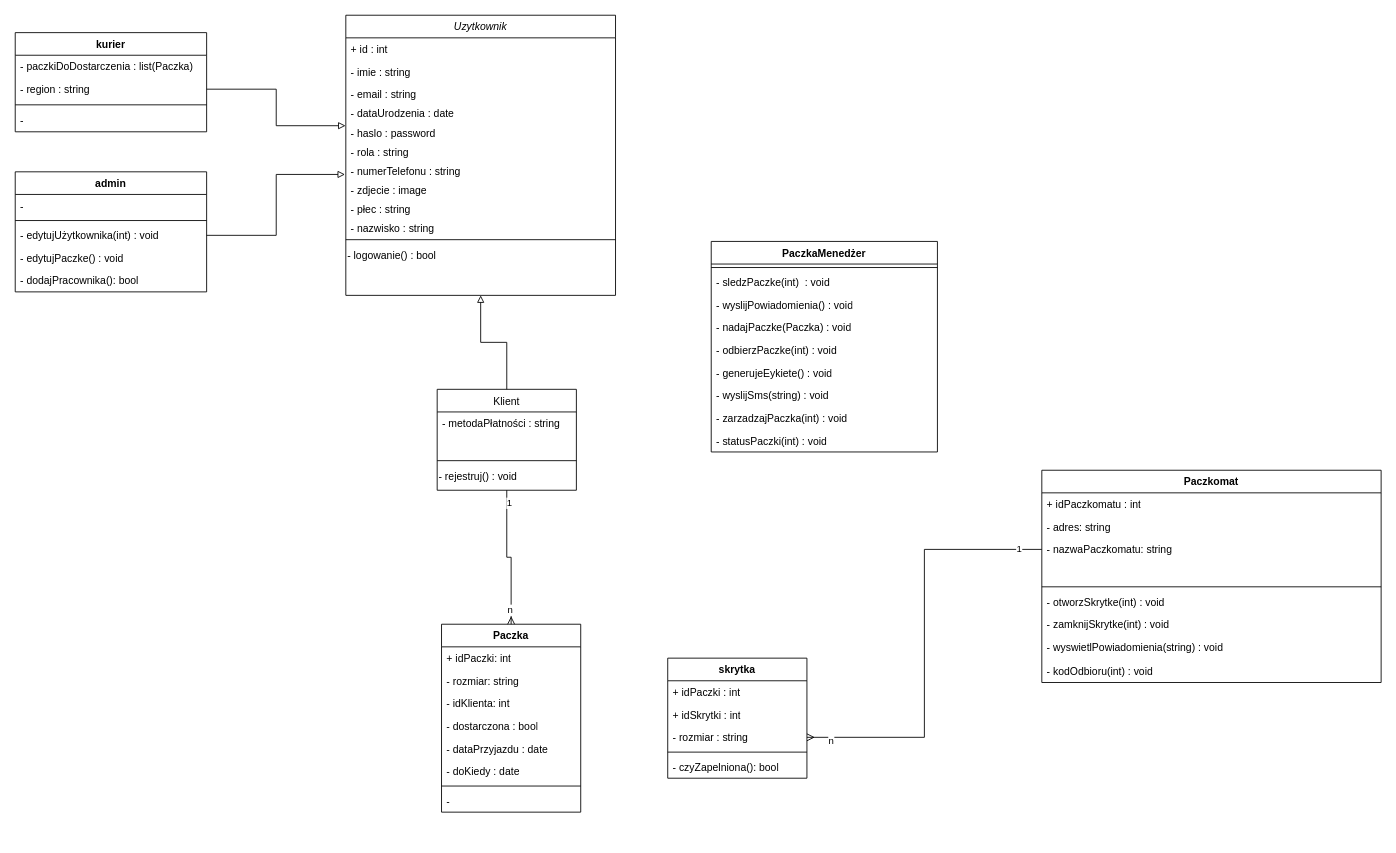
Before: docs/klasy.drawio in xT3sl4/ViRoTePi, a draw.io diagram. Source tidied: cells renumbered, new cells numbered last; positions are measured from the earlier drawing's top-left corner, leaving out a move shared by most shapes. Both pictures are drawn from the tidied source at 87%, with x=0, y=0 at pixel (15, 15).
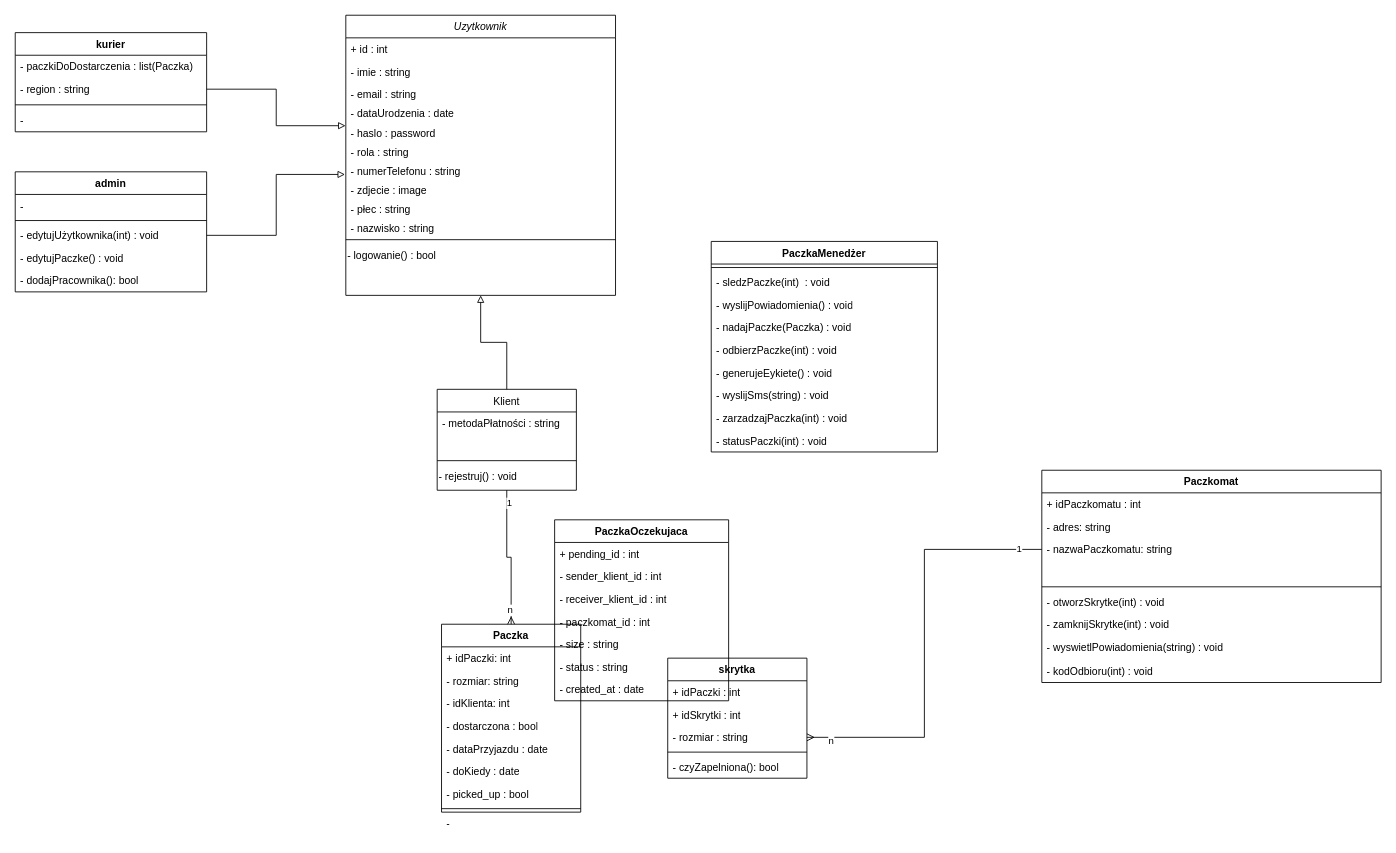
Above is the later version.

Unchanged cells that the change refers to:
```xml
<mxCell id="21" value="Paczka" style="swimlane;fontStyle=1;align=center;verticalAlign=top;horizontal=1;startSize=26;whiteSpace=wrap;html=1;" parent="1" vertex="1">
  <mxGeometry x="490" y="700" width="160" height="216" as="geometry" />
</mxCell>
```

What changed in the source:
```diff
@@
+    <mxCell id="76" value="- picked_up : bool" style="text;strokeColor=none;fillColor=none;align=left;verticalAlign=top;spacingLeft=4;spacingRight=4;overflow=hidden;whiteSpace=wrap;html=1;" parent="21" vertex="1">
+      <mxGeometry y="182" width="160" height="26" as="geometry" />
+    </mxCell>
     <mxCell id="28" style="line;strokeWidth=1;fillColor=none;align=left;verticalAlign=middle;spacingTop=-1;spacingLeft=3;spacingRight=3;labelPosition=right;strokeColor=inherit;" parent="21" vertex="1">
-      <mxGeometry y="182" width="160" height="8" as="geometry" />
+      <mxGeometry y="208" width="160" height="8" as="geometry" />
     </mxCell>
     <mxCell id="29" value="-" style="text;strokeColor=none;fillColor=none;align=left;verticalAlign=top;spacingLeft=4;spacingRight=4;overflow=hidden;whiteSpace=wrap;html=1;" parent="21" vertex="1">
-      <mxGeometry y="190" width="160" height="26" as="geometry" />
+      <mxGeometry y="216" width="160" height="26" as="geometry" />
     </mxCell>
@@
+    <mxCell id="77" value="PaczkaOczekujaca" style="swimlane;fontStyle=1;align=center;verticalAlign=top;horizontal=1;startSize=26;whiteSpace=wrap;html=1;" parent="1" vertex="1">
+      <mxGeometry x="620" y="580" width="200" height="208" as="geometry" />
+    </mxCell>
+    <mxCell id="78" value="+ pending_id : int" style="text;strokeColor=none;fillColor=none;align=left;verticalAlign=top;spacingLeft=4;spacingRight=4;overflow=hidden;whiteSpace=wrap;html=1;" parent="77" vertex="1">
+      <mxGeometry y="26" width="200" height="26" as="geometry" />
+    </mxCell>
+    <mxCell id="79" value="- sender_klient_id : int" style="text;strokeColor=none;fillColor=none;align=left;verticalAlign=top;spacingLeft=4;spacingRight=4;overflow=hidden;whiteSpace=wrap;html=1;" parent="77" vertex="1">
+      <mxGeometry y="52" width="200" height="26" as="geometry" />
+    </mxCell>
+    <mxCell id="80" value="- receiver_klient_id : int" style="text;strokeColor=none;fillColor=none;align=left;verticalAlign=top;spacingLeft=4;spacingRight=4;overflow=hidden;whiteSpace=wrap;html=1;" parent="77" vertex="1">
+      <mxGeometry y="78" width="200" height="26" as="geometry" />
+    </mxCell>
+    <mxCell id="81" value="- paczkomat_id : int" style="text;strokeColor=none;fillColor=none;align=left;verticalAlign=top;spacingLeft=4;spacingRight=4;overflow=hidden;whiteSpace=wrap;html=1;" parent="77" vertex="1">
+      <mxGeometry y="104" width="200" height="26" as="geometry" />
+    </mxCell>
+    <mxCell id="82" value="- size : string" style="text;strokeColor=none;fillColor=none;align=left;verticalAlign=top;spacingLeft=4;spacingRight=4;overflow=hidden;whiteSpace=wrap;html=1;" parent="77" vertex="1">
+      <mxGeometry y="130" width="200" height="26" as="geometry" />
+    </mxCell>
+    <mxCell id="83" value="- status : string" style="text;strokeColor=none;fillColor=none;align=left;verticalAlign=top;spacingLeft=4;spacingRight=4;overflow=hidden;whiteSpace=wrap;html=1;" parent="77" vertex="1">
+      <mxGeometry y="156" width="200" height="26" as="geometry" />
+    </mxCell>
+    <mxCell id="84" value="- created_at : date" style="text;strokeColor=none;fillColor=none;align=left;verticalAlign=top;spacingLeft=4;spacingRight=4;overflow=hidden;whiteSpace=wrap;html=1;" parent="77" vertex="1">
+      <mxGeometry y="182" width="200" height="26" as="geometry" />
+    </mxCell>
```
